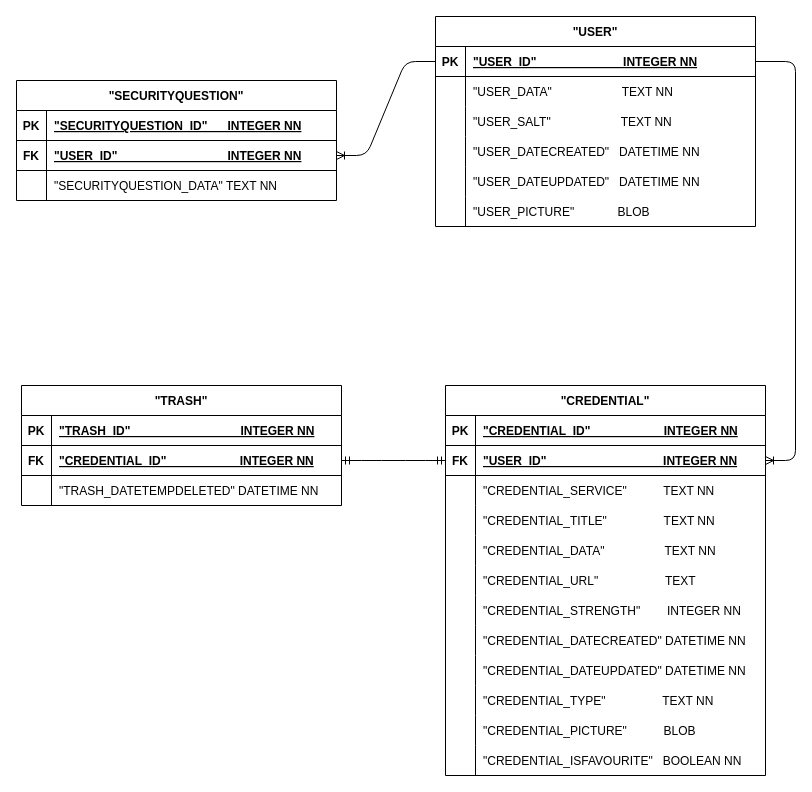
Before: passguard/model/DB Design Model.drawio in NemesisXVll/SDPGroupRepo, a draw.io diagram. Source tidied: cells renumbered, new cells numbered last; positions are measured from the earlier drawing's top-left corner, leaving out a move shared by most shapes. Both pictures are drawn from the tidied source at 100%, with x=0, y=0 at pixel (16, 16).
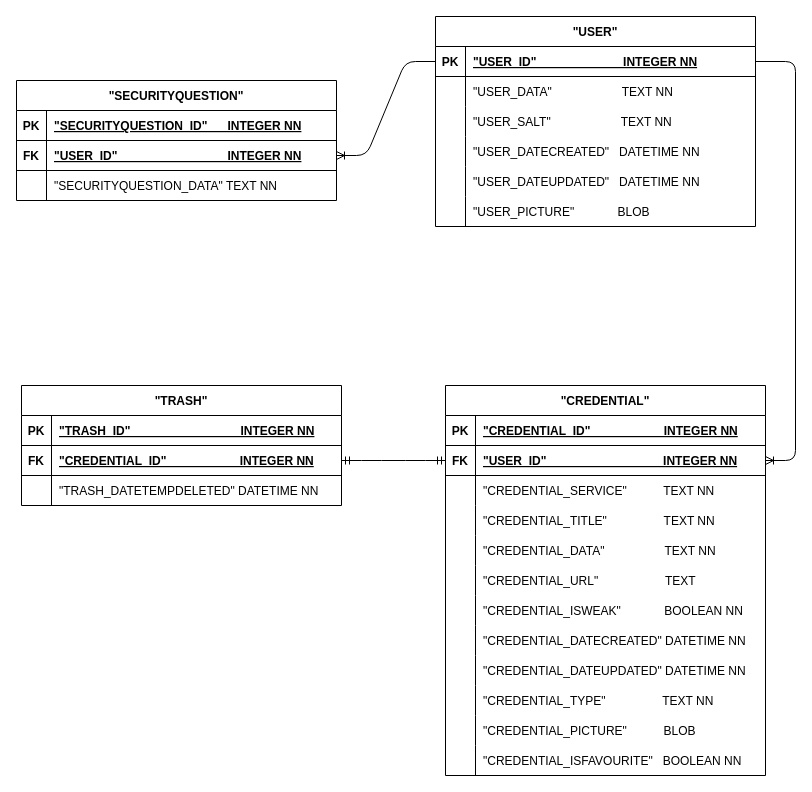
The same diagram, later.

The change refers to these unchanged cells:
```xml
<mxCell id="40" style="shape=tableRow;horizontal=0;startSize=0;swimlaneHead=0;swimlaneBody=0;fillColor=none;top=0;left=0;right=0;bottom=0;" parent="21" vertex="1">
  <mxGeometry y="210" width="320" height="30" as="geometry" />
</mxCell>
```

What changed in the source:
```diff
@@
-    <mxCell id="42" value="&quot;CREDENTIAL_STRENGTH&quot;        INTEGER NN" style="shape=partialRectangle;overflow=hidden;fillColor=none;align=left;top=0;left=0;bottom=0;right=0;spacingLeft=6;" parent="40" vertex="1">
+    <mxCell id="42" value="&quot;CREDENTIAL_ISWEAK&quot;             BOOLEAN NN" style="shape=partialRectangle;overflow=hidden;fillColor=none;align=left;top=0;left=0;bottom=0;right=0;spacingLeft=6;" parent="40" vertex="1">
       <mxGeometry x="30" width="290" height="30" as="geometry" />
     </mxCell>
```
